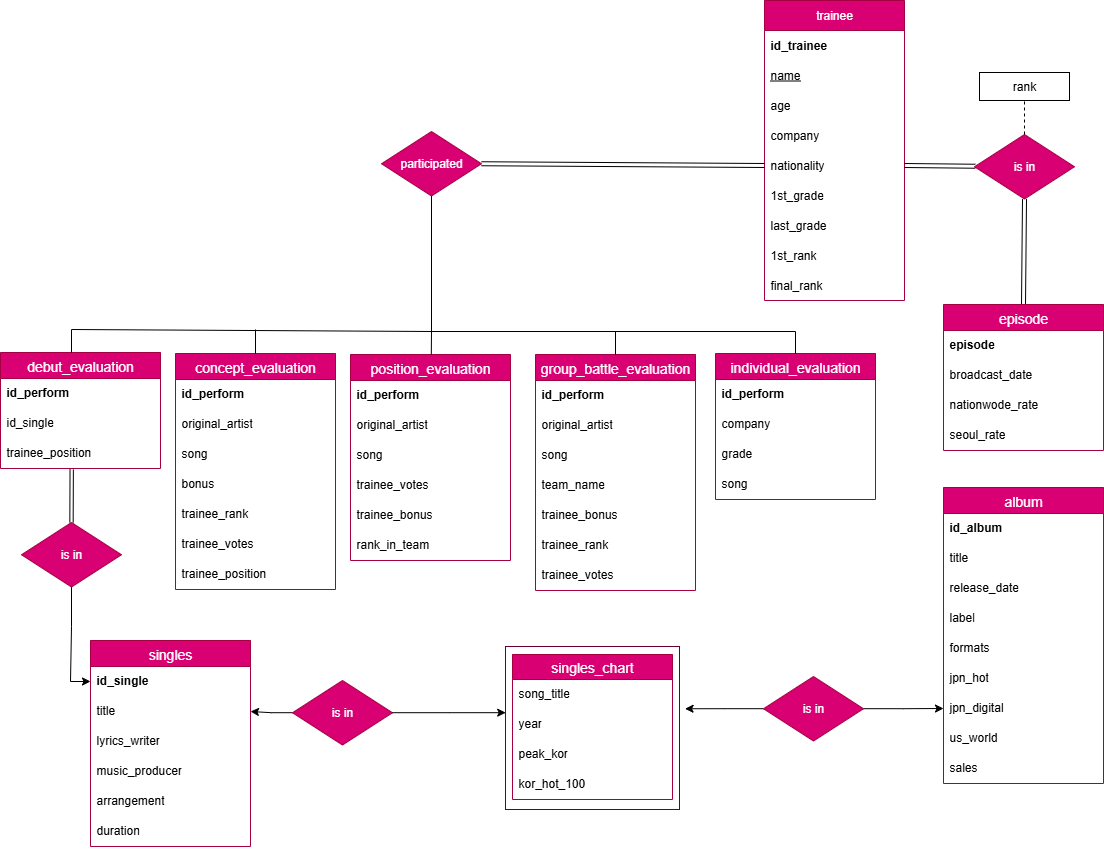
Above: Data Storing/design/Seleksi_Basdat-REVISI ERD.png in gitaa001/Seleksi-2025-Tugas-1 (draw.io), before the change. Source tidied: cells renumbered, new cells last; positions are measured from the earlier drawing's top-left corner, leaving out a move shared by most shapes.
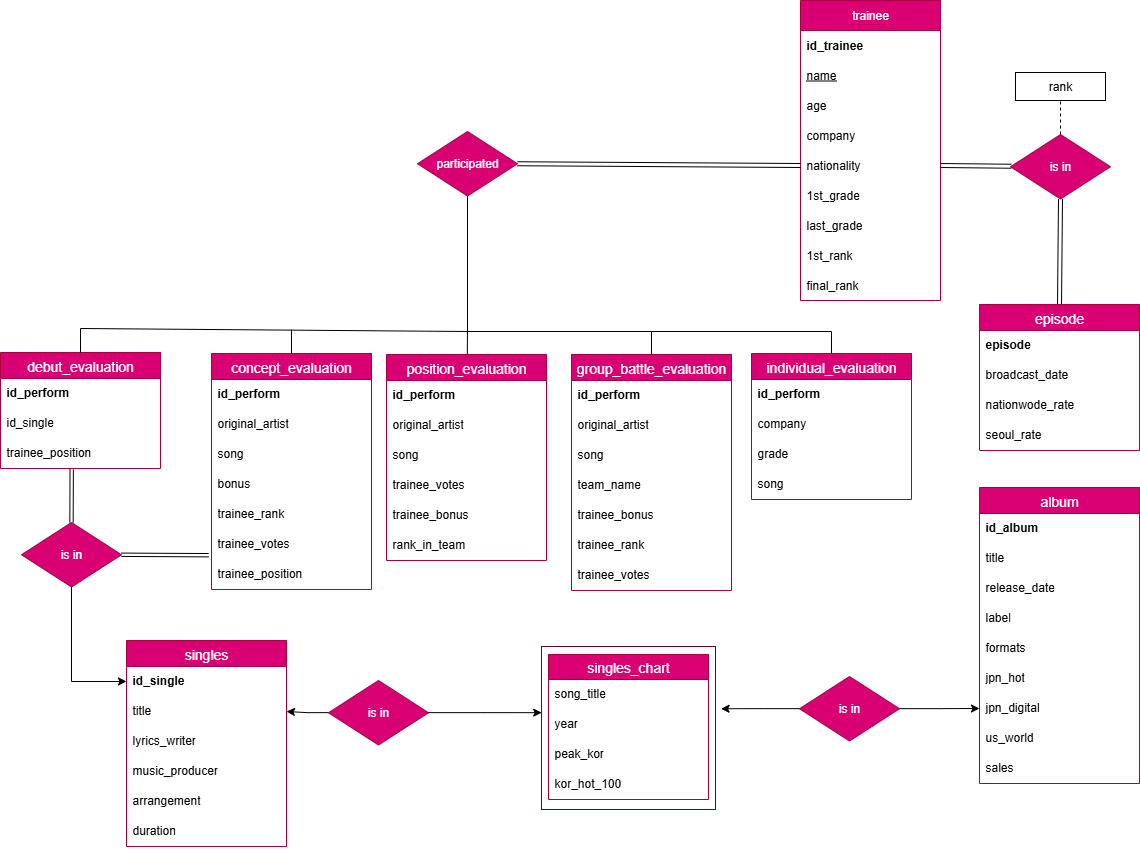
After the change.

Commit message:
fix: revisi ERD

Diff of the diagram source:
```diff
@@ -84,7 +84,7 @@
       <mxGeometry y="176" width="160" height="30" as="geometry" />
     </mxCell>
     <mxCell id="29" value="debut_evaluation" style="swimlane;fontStyle=0;horizontal=1;startSize=26;align=center;fontSize=14;fillColor=#d80073;fontColor=#ffffff;strokeColor=#A50040;" parent="1" vertex="1">
-      <mxGeometry y="352" width="160" height="116" as="geometry" />
+      <mxGeometry x="-36" y="352" width="160" height="116" as="geometry" />
     </mxCell>
     <mxCell id="30" value="id_perform" style="text;strokeColor=none;fillColor=none;spacingLeft=4;spacingRight=4;overflow=hidden;fontSize=12;whiteSpace=wrap;html=1;fontStyle=1;" parent="29" vertex="1">
       <mxGeometry y="26" width="160" height="30" as="geometry" />
@@ -176,7 +176,7 @@
       <mxGeometry relative="1" as="geometry" />
     </mxCell>
     <mxCell id="59" value="is in" style="rhombus;whiteSpace=wrap;html=1;fillColor=#d80073;fontColor=#ffffff;strokeColor=#A50040;" parent="1" vertex="1">
-      <mxGeometry x="21" y="522" width="100" height="64.5" as="geometry" />
+      <mxGeometry x="-15" y="522" width="100" height="64.5" as="geometry" />
     </mxCell>
     <mxCell id="60" style="edgeStyle=orthogonalEdgeStyle;rounded=0;jettySize=auto;html=1;entryX=0.5;entryY=0;entryDx=0;entryDy=0;endArrow=none;endFill=0;exitX=0.5;exitY=1;exitDx=0;exitDy=0;" parent="1" edge="1" source="13" target="33">
       <mxGeometry relative="1" as="geometry">
@@ -269,11 +269,10 @@
     <mxCell id="87" style="endArrow=none;dashed=1;html=1;rounded=0;entryX=0.5;entryY=1;entryDx=0;entryDy=0;exitX=0.5;exitY=0;exitDx=0;exitDy=0;" parent="1" edge="1" source="14" target="86">
       <mxGeometry relative="1" as="geometry" />
     </mxCell>
-    <mxCell id="88" style="endArrow=none;html=1;rounded=0;entryX=0.5;entryY=1;entryDx=0;entryDy=0;" parent="1" edge="1" target="13">
+    <mxCell id="88" style="endArrow=none;html=1;rounded=0;entryX=0.5;entryY=1;entryDx=0;entryDy=0;exitX=0.5;exitY=0;exitDx=0;exitDy=0;" parent="1" edge="1" source="29" target="13">
       <mxGeometry relative="1" as="geometry">
-        <mxPoint x="71" y="352" as="sourcePoint" />
         <Array as="points">
-          <mxPoint x="71" y="329" />
+          <mxPoint x="44" y="328" />
           <mxPoint x="431" y="331" />
         </Array>
       </mxGeometry>
@@ -296,5 +295,8 @@
     <mxCell id="92" style="shape=link;html=1;rounded=0;entryX=0.5;entryY=0;entryDx=0;entryDy=0;width=-3.333333333333334;exitX=0.445;exitY=1.033;exitDx=0;exitDy=0;exitPerimeter=0;" parent="1" edge="1" source="32" target="59">
       <mxGeometry relative="1" as="geometry" />
     </mxCell>
+    <mxCell id="93" style="shape=link;html=1;rounded=0;entryX=1;entryY=0.5;entryDx=0;entryDy=0;width=-3.333333333333334;exitX=-0.018;exitY=0.857;exitDx=0;exitDy=0;exitPerimeter=0;" parent="1" edge="1" source="76" target="59">
+      <mxGeometry relative="1" as="geometry" />
+    </mxCell>
   </root>
 </mxGraphModel>
```
